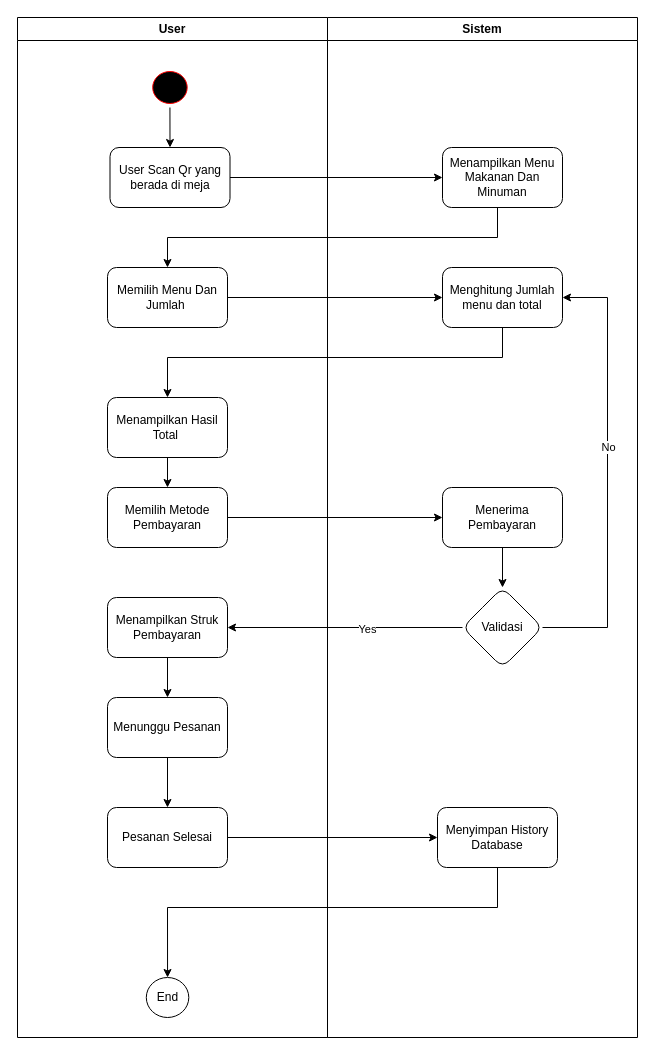
Earlier version of the draw.io diagram page "Activity Diagram Rancangan" (5 of 5) of Docs/Use Case/Untitled Diagram.drawio (gustitriprayoga/Sistem-Pembayaran-QR). Source tidied: cells renumbered, new cells numbered last; positions are measured from the earlier drawing's top-left corner, leaving out a move shared by most shapes. Both pictures are drawn from the tidied source at 100%, with x=0, y=0 at pixel (17, 17).
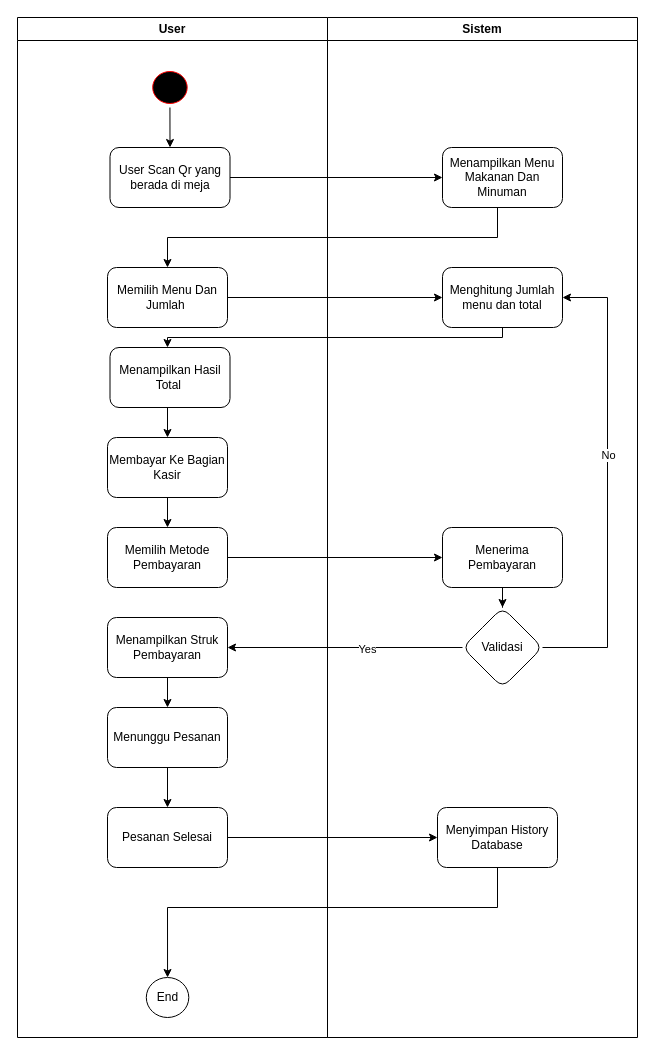
The same page after the edit.

The change refers to these unchanged cells:
```xml
<mxCell id="2" value="User" style="swimlane;whiteSpace=wrap;html=1;startSize=23;" parent="1" vertex="1">
  <mxGeometry width="310" height="1020" as="geometry" />
</mxCell>
<mxCell id="16" value="Sistem" style="swimlane;whiteSpace=wrap;html=1;" parent="1" vertex="1">
  <mxGeometry x="310" width="310" height="1020" as="geometry" />
</mxCell>
<mxCell id="18" value="Menghitung Jumlah menu dan total" style="rounded=1;whiteSpace=wrap;html=1;" parent="16" vertex="1">
  <mxGeometry x="115" y="250" width="120" height="60" as="geometry" />
</mxCell>
```

Diff of the diagram source:
```diff
@@
-    <mxCell id="7" style="edgeStyle=orthogonalEdgeStyle;rounded=0;jettySize=auto;html=1;" parent="2" edge="1" source="8" target="9">
-      <mxGeometry relative="1" as="geometry" />
-    </mxCell>
+    <mxCell id="34" style="edgeStyle=orthogonalEdgeStyle;rounded=0;jettySize=auto;html=1;exitX=0.5;exitY=1;exitDx=0;exitDy=0;entryX=0.5;entryY=0;entryDx=0;entryDy=0;" parent="2" edge="1" source="8" target="36">
+      <mxGeometry relative="1" as="geometry" />
+    </mxCell>
     <mxCell id="8" value="Menampilkan Hasil Total&amp;nbsp;" style="rounded=1;whiteSpace=wrap;html=1;" parent="2" vertex="1">
-      <mxGeometry x="90" y="380" width="120" height="60" as="geometry" />
+      <mxGeometry x="92.5" y="330" width="120" height="60" as="geometry" />
     </mxCell>
     <mxCell id="9" value="Memilih Metode Pembayaran" style="rounded=1;whiteSpace=wrap;html=1;" parent="2" vertex="1">
-      <mxGeometry x="90" y="470" width="120" height="60" as="geometry" />
+      <mxGeometry x="90" y="510" width="120" height="60" as="geometry" />
     </mxCell>
-    <mxCell id="10" style="edgeStyle=orthogonalEdgeStyle;rounded=0;jettySize=auto;html=1;" parent="2" edge="1" source="11" target="13">
-      <mxGeometry relative="1" as="geometry" />
-    </mxCell>
-    <mxCell id="11" value="Menampilkan Struk Pembayaran" style="whiteSpace=wrap;html=1;rounded=1;" parent="2" vertex="1">
-      <mxGeometry x="90" y="580" width="120" height="60" as="geometry" />
-    </mxCell>
@@
     <mxCell id="13" value="Menunggu Pesanan" style="whiteSpace=wrap;html=1;rounded=1;" parent="2" vertex="1">
-      <mxGeometry x="90" y="680" width="120" height="60" as="geometry" />
+      <mxGeometry x="90" y="690" width="120" height="60" as="geometry" />
     </mxCell>
@@
+    <mxCell id="35" style="edgeStyle=orthogonalEdgeStyle;rounded=0;jettySize=auto;html=1;exitX=0.5;exitY=1;exitDx=0;exitDy=0;" parent="2" edge="1" source="36" target="9">
+      <mxGeometry relative="1" as="geometry" />
+    </mxCell>
+    <mxCell id="36" value="Membayar Ke Bagian Kasir" style="rounded=1;whiteSpace=wrap;html=1;" parent="2" vertex="1">
+      <mxGeometry x="90" y="420" width="120" height="60" as="geometry" />
+    </mxCell>
@@
     <mxCell id="20" value="Menerima Pembayaran" style="rounded=1;whiteSpace=wrap;html=1;" parent="16" vertex="1">
-      <mxGeometry x="115" y="470" width="120" height="60" as="geometry" />
+      <mxGeometry x="115" y="510" width="120" height="60" as="geometry" />
     </mxCell>
-    <mxCell id="21" value="Validasi" style="rhombus;whiteSpace=wrap;html=1;rounded=1;" parent="16" vertex="1">
-      <mxGeometry x="135" y="570" width="80" height="80" as="geometry" />
-    </mxCell>
     <mxCell id="22" style="edgeStyle=orthogonalEdgeStyle;rounded=0;jettySize=auto;html=1;exitX=1;exitY=0.5;exitDx=0;exitDy=0;entryX=1;entryY=0.5;entryDx=0;entryDy=0;" parent="16" edge="1" source="21" target="18">
       <mxGeometry relative="1" as="geometry">
         <Array as="points">
-          <mxPoint x="280" y="610" />
+          <mxPoint x="280" y="630" />
           <mxPoint x="280" y="280" />
         </Array>
       </mxGeometry>
     </mxCell>
@@
+    <mxCell id="21" value="Validasi" style="rhombus;whiteSpace=wrap;html=1;rounded=1;" parent="16" vertex="1">
+      <mxGeometry x="135" y="590" width="80" height="80" as="geometry" />
+    </mxCell>
+    <mxCell id="11" value="Menampilkan Struk Pembayaran" style="whiteSpace=wrap;html=1;rounded=1;" parent="16" vertex="1">
+      <mxGeometry x="-220" y="600" width="120" height="60" as="geometry" />
+    </mxCell>
+    <mxCell id="30" style="edgeStyle=orthogonalEdgeStyle;rounded=0;jettySize=auto;html=1;" parent="16" edge="1" source="21" target="11">
+      <mxGeometry relative="1" as="geometry" />
+    </mxCell>
+    <mxCell id="31" value="Yes" style="edgeLabel;html=1;align=center;verticalAlign=middle;" parent="30" vertex="1">
+      <mxGeometry x="-0.18" y="1" relative="1" as="geometry" />
+    </mxCell>
@@
     <mxCell id="28" style="edgeStyle=orthogonalEdgeStyle;rounded=0;jettySize=auto;html=1;" parent="1" edge="1" source="18" target="8">
       <mxGeometry relative="1" as="geometry">
         <Array as="points">
-          <mxPoint x="485" y="340" />
-          <mxPoint x="150" y="340" />
+          <mxPoint x="485" y="320" />
+          <mxPoint x="150" y="320" />
         </Array>
       </mxGeometry>
     </mxCell>
@@
-    <mxCell id="30" style="edgeStyle=orthogonalEdgeStyle;rounded=0;jettySize=auto;html=1;" parent="1" edge="1" source="21" target="11">
-      <mxGeometry relative="1" as="geometry" />
-    </mxCell>
-    <mxCell id="31" value="Yes" style="edgeLabel;html=1;align=center;verticalAlign=middle;" parent="30" vertex="1">
-      <mxGeometry x="-0.18" y="1" relative="1" as="geometry" />
-    </mxCell>
@@
+    <mxCell id="10" style="edgeStyle=orthogonalEdgeStyle;rounded=0;jettySize=auto;html=1;" parent="1" edge="1" source="11" target="13">
+      <mxGeometry relative="1" as="geometry" />
+    </mxCell>
```
